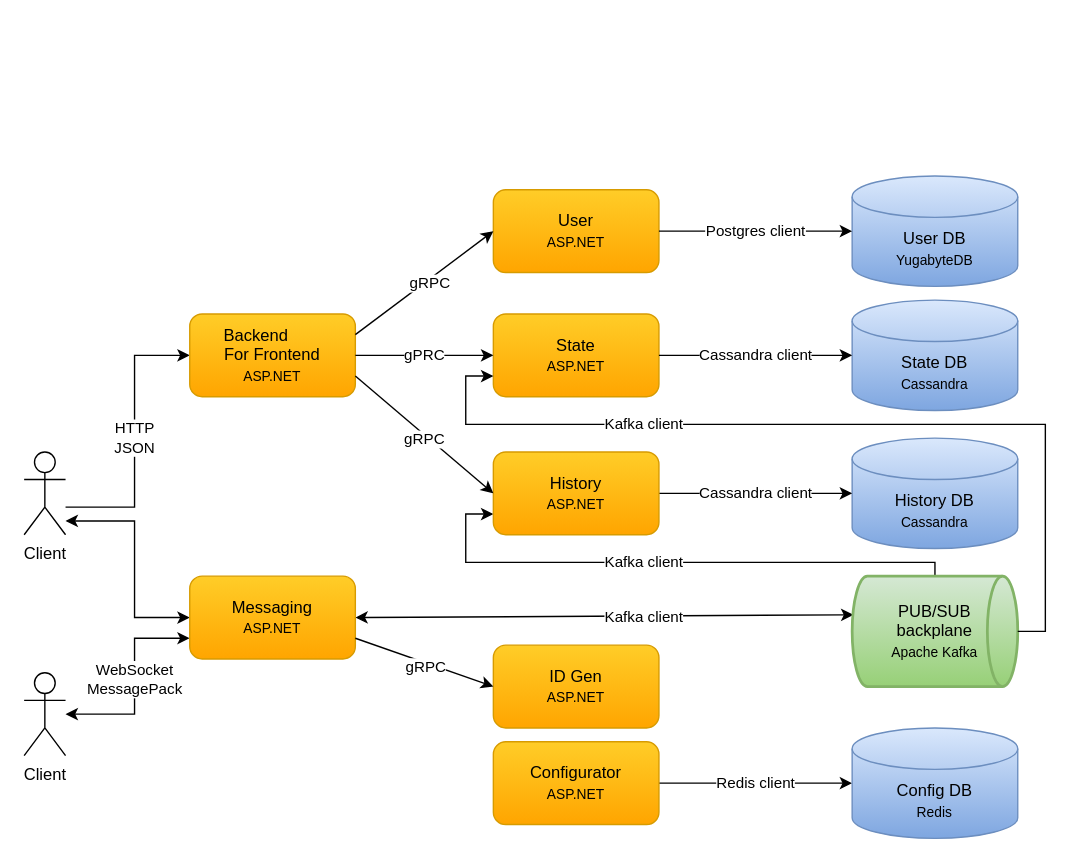
Earlier version of the draw.io diagram docs/diagrams/cecochat-08-technologies.drawio (cvetomir-todorov/CecoChat). Source tidied: cells renumbered, new cells numbered last; positions are measured from the earlier drawing's top-left corner, leaving out a move shared by most shapes. Both pictures are drawn from the tidied source at 138%, with x=0, y=0 at pixel (23, 175).
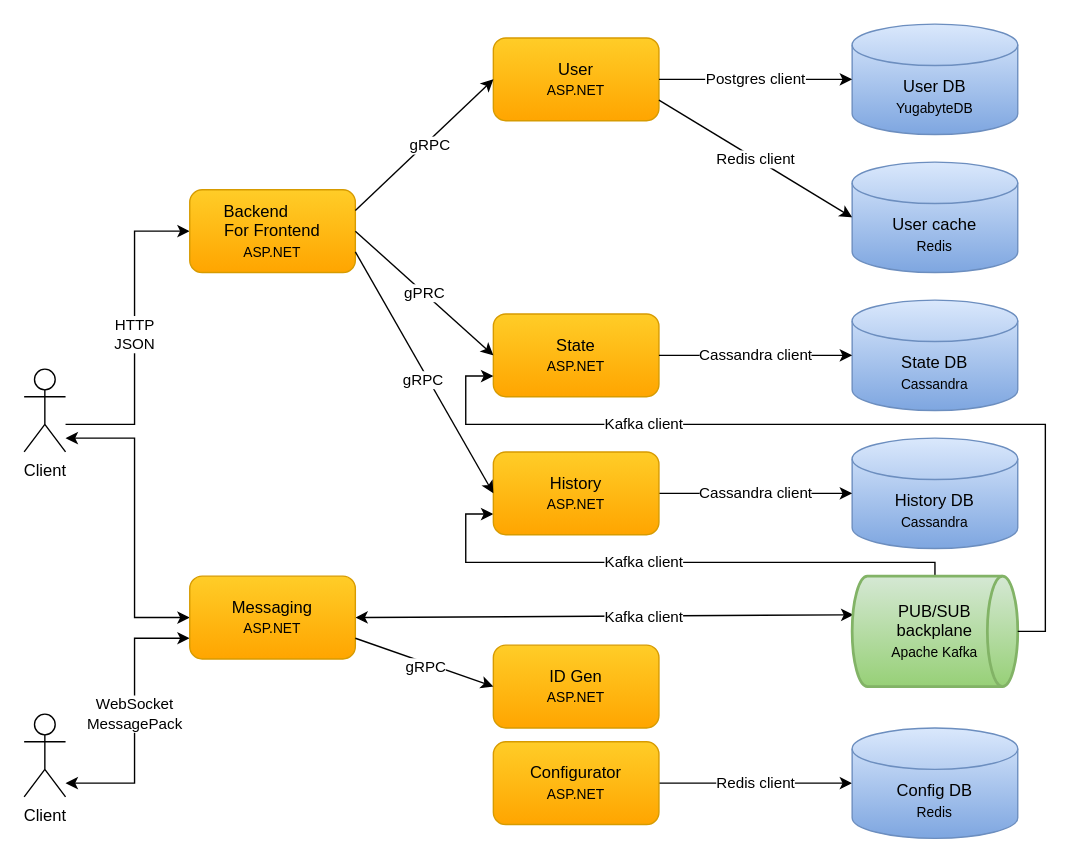
Above is the later version.

Commit message (it also covers changes not shown here):
Add a new diagram for user-related functionality and update related existing diagrams

The change refers to these unchanged cells:
```xml
<mxCell id="8" value="&lt;font style=&quot;&quot;&gt;Messaging&lt;br&gt;&lt;font style=&quot;font-size: 10px;&quot;&gt;ASP.NET&lt;/font&gt;&lt;br&gt;&lt;/font&gt;" style="rounded=1;whiteSpace=wrap;html=1;gradientColor=#ffa500;fillColor=#ffcd28;strokeColor=#d79b00;" parent="1" vertex="1">
  <mxGeometry x="120" y="290" width="120" height="60" as="geometry" />
</mxCell>
<mxCell id="10" value="PUB/SUB&lt;br&gt;backplane&lt;br&gt;&lt;font style=&quot;font-size: 10px;&quot;&gt;Apache Kafka&lt;/font&gt;" style="strokeWidth=2;html=1;shape=mxgraph.flowchart.direct_data;whiteSpace=wrap;gradientColor=#97d077;fillColor=#d5e8d4;strokeColor=#82b366;" parent="1" vertex="1">
  <mxGeometry x="600" y="290" width="120" height="80" as="geometry" />
</mxCell>
<mxCell id="21" value="&lt;font style=&quot;&quot;&gt;State&lt;br&gt;&lt;font style=&quot;font-size: 10px;&quot;&gt;ASP.NET&lt;/font&gt;&lt;br&gt;&lt;/font&gt;" style="rounded=1;whiteSpace=wrap;html=1;gradientColor=#ffa500;fillColor=#ffcd28;strokeColor=#d79b00;" parent="1" vertex="1">
  <mxGeometry x="340" y="100" width="120" height="60" as="geometry" />
</mxCell>
```

Diff of the diagram source:
```diff
@@
     <mxCell id="2" style="edgeStyle=orthogonalEdgeStyle;rounded=0;jettySize=auto;html=1;entryX=0;entryY=0.5;entryDx=0;entryDy=0;startArrow=classic;startFill=1;" parent="1" edge="1" source="4" target="8">
       <mxGeometry relative="1" as="geometry">
         <Array as="points">
-          <mxPoint x="80" y="250" />
+          <mxPoint x="80" y="190" />
           <mxPoint x="80" y="320" />
         </Array>
       </mxGeometry>
     </mxCell>
     <mxCell id="3" value="HTTP&lt;br&gt;JSON" style="edgeStyle=orthogonalEdgeStyle;rounded=0;jettySize=auto;html=1;entryX=0;entryY=0.5;entryDx=0;entryDy=0;" parent="1" edge="1" source="4" target="19">
       <mxGeometry relative="1" as="geometry">
         <Array as="points">
-          <mxPoint x="80" y="240" />
-          <mxPoint x="80" y="130" />
+          <mxPoint x="80" y="180" />
+          <mxPoint x="80" y="40" />
         </Array>
       </mxGeometry>
     </mxCell>
     <mxCell id="4" value="Client" style="shape=umlActor;verticalLabelPosition=bottom;verticalAlign=top;html=1;outlineConnect=0;" parent="1" vertex="1">
-      <mxGeometry y="200" width="30" height="60" as="geometry" />
+      <mxGeometry y="140" width="30" height="60" as="geometry" />
     </mxCell>
     <mxCell id="5" value="WebSocket&lt;br&gt;MessagePack" style="edgeStyle=orthogonalEdgeStyle;rounded=0;jettySize=auto;html=1;entryX=0;entryY=0.75;entryDx=0;entryDy=0;startArrow=classic;startFill=1;" parent="1" edge="1" source="6" target="8">
       <mxGeometry x="0.03" relative="1" as="geometry">
         <Array as="points">
-          <mxPoint x="80" y="390" />
+          <mxPoint x="80" y="440" />
           <mxPoint x="80" y="335" />
         </Array>
       </mxGeometry>
     </mxCell>
     <mxCell id="6" value="Client" style="shape=umlActor;verticalLabelPosition=bottom;verticalAlign=top;html=1;outlineConnect=0;" parent="1" vertex="1">
-      <mxGeometry y="360" width="30" height="60" as="geometry" />
+      <mxGeometry y="390" width="30" height="60" as="geometry" />
     </mxCell>
@@
     <mxCell id="19" value="&lt;font style=&quot;&quot;&gt;Backend&amp;nbsp; &amp;nbsp; &amp;nbsp; &amp;nbsp;&lt;br&gt;For Frontend&lt;br&gt;&lt;font style=&quot;font-size: 10px;&quot;&gt;ASP.NET&lt;/font&gt;&lt;br&gt;&lt;/font&gt;" style="rounded=1;whiteSpace=wrap;html=1;gradientColor=#ffa500;fillColor=#ffcd28;strokeColor=#d79b00;" parent="1" vertex="1">
-      <mxGeometry x="120" y="100" width="120" height="60" as="geometry" />
+      <mxGeometry x="120" y="10" width="120" height="60" as="geometry" />
     </mxCell>
@@
-    <mxCell id="22" value="Kafka client" style="edgeStyle=orthogonalEdgeStyle;rounded=0;jettySize=auto;html=1;entryX=0;entryY=0.75;entryDx=0;entryDy=0;exitX=1;exitY=0.5;exitDx=0;exitDy=0;exitPerimeter=0;" parent="1" edge="1" source="10" target="21">
+    <mxCell id="22" value="Kafka client" style="edgeStyle=orthogonalEdgeStyle;rounded=0;jettySize=auto;html=1;exitX=1;exitY=0.5;exitDx=0;exitDy=0;exitPerimeter=0;entryX=0;entryY=0.75;entryDx=0;entryDy=0;" parent="1" edge="1" source="10" target="21">
       <mxGeometry x="0.43" relative="1" as="geometry">
         <Array as="points">
           <mxPoint x="740" y="330" />
           <mxPoint x="740" y="180" />
           <mxPoint x="320" y="180" />
           <mxPoint x="320" y="145" />
         </Array>
       </mxGeometry>
     </mxCell>
@@
     <mxCell id="26" value="&lt;font style=&quot;&quot;&gt;User&lt;br&gt;&lt;font style=&quot;font-size: 10px;&quot;&gt;ASP.NET&lt;/font&gt;&lt;br&gt;&lt;/font&gt;" style="rounded=1;whiteSpace=wrap;html=1;gradientColor=#ffa500;fillColor=#ffcd28;strokeColor=#d79b00;" parent="1" vertex="1">
-      <mxGeometry x="340" y="10" width="120" height="60" as="geometry" />
+      <mxGeometry x="340" y="-100" width="120" height="60" as="geometry" />
     </mxCell>
     <mxCell id="27" value="User DB&lt;br&gt;&lt;font style=&quot;font-size: 10px;&quot;&gt;YugabyteDB&lt;/font&gt;" style="shape=cylinder3;whiteSpace=wrap;html=1;boundedLbl=1;backgroundOutline=1;size=15;gradientColor=#7ea6e0;fillColor=#dae8fc;strokeColor=#6c8ebf;" parent="1" vertex="1">
-      <mxGeometry x="600" width="120" height="80" as="geometry" />
+      <mxGeometry x="600" y="-110" width="120" height="80" as="geometry" />
     </mxCell>
     <mxCell id="28" value="&lt;font style=&quot;font-size: 11px&quot;&gt;Postgres client&lt;br&gt;&lt;/font&gt;" style="rounded=0;jettySize=auto;html=1;entryX=0;entryY=0.5;entryDx=0;entryDy=0;entryPerimeter=0;startArrow=none;startFill=0;" parent="1" edge="1" target="27">
       <mxGeometry relative="1" as="geometry">
-        <mxPoint x="460" y="40" as="sourcePoint" />
+        <mxPoint x="460" y="-70" as="sourcePoint" />
       </mxGeometry>
     </mxCell>
@@
+    <mxCell id="30" value="User cache&lt;br&gt;&lt;font style=&quot;font-size: 10px;&quot;&gt;Redis&lt;/font&gt;" style="shape=cylinder3;whiteSpace=wrap;html=1;boundedLbl=1;backgroundOutline=1;size=15;gradientColor=#7ea6e0;fillColor=#dae8fc;strokeColor=#6c8ebf;" parent="1" vertex="1">
+      <mxGeometry x="600" y="-10" width="120" height="80" as="geometry" />
+    </mxCell>
+    <mxCell id="31" value="Redis client" style="rounded=0;jettySize=auto;html=1;entryX=0;entryY=0.5;entryDx=0;entryDy=0;entryPerimeter=0;exitX=1;exitY=0.75;exitDx=0;exitDy=0;" parent="1" edge="1" source="26" target="30">
+      <mxGeometry relative="1" as="geometry" />
+    </mxCell>
```
